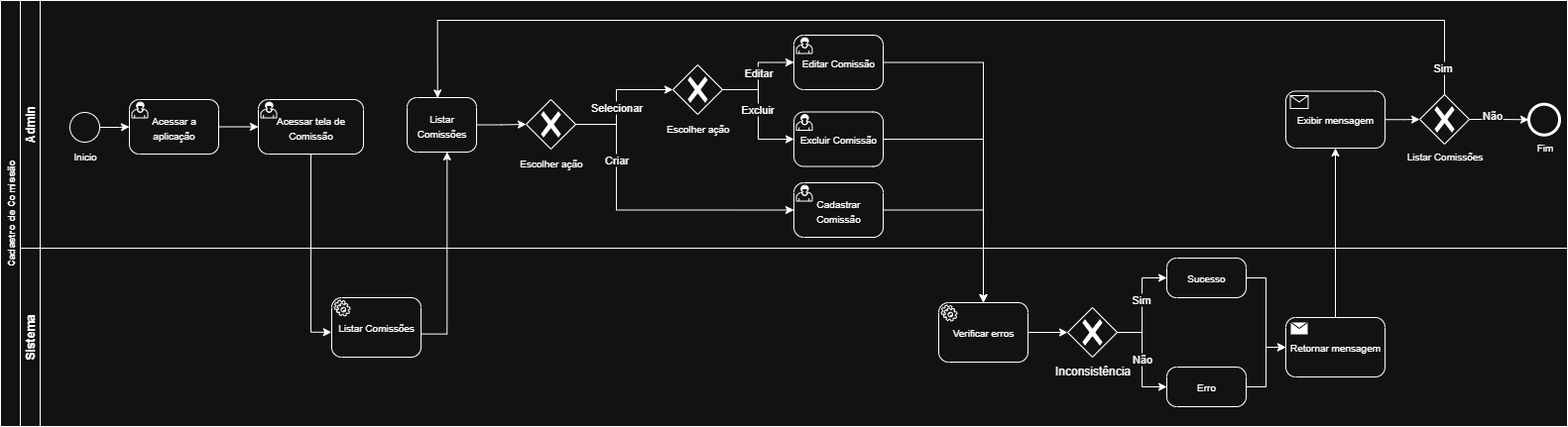
lsivolella/Servify keeps this draw.io diagram as docs/images/bpmn/gestao-de-comissao/bpmn-gestao-de-comissao-sp1.png. Above is the earlier version. Source tidied: cells renumbered, new cells last; positions are measured from the earlier drawing's top-left corner, leaving out a move shared by most shapes.
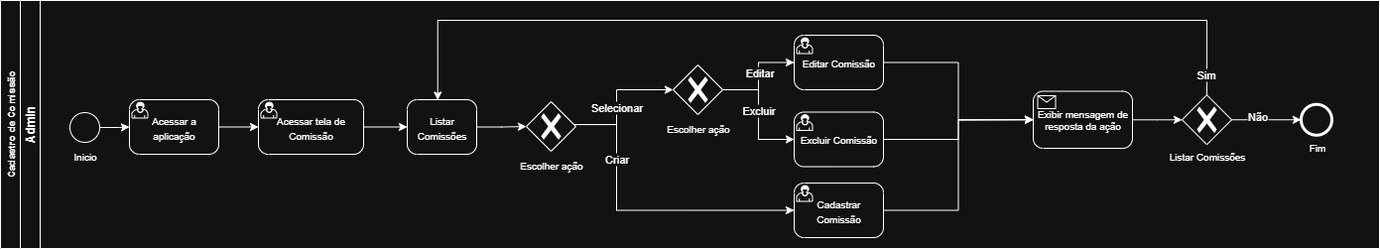
After the commit.

What changed in the source:
```diff
@@ -3,10 +3,10 @@
     <mxCell id="0" />
     <mxCell id="1" parent="0" />
     <mxCell id="2" value="Cadastro de Comissão" style="swimlane;horizontal=0;startSize=20;html=1;fontSize=10;" parent="1" vertex="1">
-      <mxGeometry width="1580" height="430" as="geometry" />
+      <mxGeometry width="1390" height="250" as="geometry" />
     </mxCell>
     <mxCell id="3" value="Admin" style="swimlane;startSize=20;horizontal=0;html=1;" parent="2" vertex="1">
-      <mxGeometry x="20" width="1560" height="250" as="geometry" />
+      <mxGeometry x="20" width="1370" height="250" as="geometry" />
     </mxCell>
     <mxCell id="4" style="edgeStyle=orthogonalEdgeStyle;rounded=0;jettySize=auto;html=1;" parent="3" edge="1" source="5" target="7">
       <mxGeometry relative="1" as="geometry" />
@@ -27,7 +27,7 @@
       <mxGeometry relative="1" as="geometry" />
     </mxCell>
     <mxCell id="10" value="&lt;font style=&quot;font-size: 10px;&quot;&gt;Listar Comissões&lt;/font&gt;" style="points=[[0.25,0,0],[0.5,0,0],[0.75,0,0],[1,0.25,0],[1,0.5,0],[1,0.75,0],[0.75,1,0],[0.5,1,0],[0.25,1,0],[0,0.75,0],[0,0.5,0],[0,0.25,0]];shape=mxgraph.bpmn.task2;whiteSpace=wrap;rectStyle=rounded;size=10;html=1;taskMarker=abstract;" parent="3" vertex="1">
-      <mxGeometry x="390" y="98" width="70" height="55" as="geometry" />
+      <mxGeometry x="390" y="100" width="70" height="55" as="geometry" />
     </mxCell>
     <mxCell id="11" style="edgeStyle=orthogonalEdgeStyle;rounded=0;jettySize=auto;html=1;" parent="3" edge="1" source="13" target="18">
       <mxGeometry relative="1" as="geometry">
@@ -41,7 +41,7 @@
       <mxGeometry x="-0.11" relative="1" as="geometry" />
     </mxCell>
     <mxCell id="13" value="&lt;font style=&quot;font-size: 10px;&quot;&gt;Escolher ação&lt;/font&gt;" style="points=[[0.25,0.25,0],[0.5,0,0],[0.75,0.25,0],[1,0.5,0],[0.75,0.75,0],[0.5,1,0],[0.25,0.75,0],[0,0.5,0]];shape=mxgraph.bpmn.gateway2;html=1;verticalLabelPosition=bottom;labelBackgroundColor=none;verticalAlign=top;align=center;perimeter=rhombusPerimeter;outlineConnect=0;outline=none;symbol=none;gwType=exclusive;" parent="3" vertex="1">
-      <mxGeometry x="510" y="100" width="50" height="50" as="geometry" />
+      <mxGeometry x="510" y="102" width="50" height="50" as="geometry" />
     </mxCell>
     <mxCell id="14" value="&lt;font style=&quot;font-size: 10px;&quot;&gt;Cadastrar Comissão&lt;/font&gt;" style="points=[[0.25,0,0],[0.5,0,0],[0.75,0,0],[1,0.25,0],[1,0.5,0],[1,0.75,0],[0.75,1,0],[0.5,1,0],[0.25,1,0],[0,0.75,0],[0,0.5,0],[0,0.25,0]];shape=mxgraph.bpmn.task2;whiteSpace=wrap;rectStyle=rounded;size=10;html=1;taskMarker=user;" parent="3" vertex="1">
       <mxGeometry x="780" y="184" width="90" height="55" as="geometry" />
@@ -58,6 +58,11 @@
     <mxCell id="18" value="&lt;font style=&quot;font-size: 10px;&quot;&gt;Escolher ação&lt;/font&gt;" style="points=[[0.25,0.25,0],[0.5,0,0],[0.75,0.25,0],[1,0.5,0],[0.75,0.75,0],[0.5,1,0],[0.25,0.75,0],[0,0.5,0]];shape=mxgraph.bpmn.gateway2;html=1;verticalLabelPosition=bottom;labelBackgroundColor=none;verticalAlign=top;align=center;perimeter=rhombusPerimeter;outlineConnect=0;outline=none;symbol=none;gwType=exclusive;" parent="3" vertex="1">
       <mxGeometry x="658" y="65" width="50" height="50" as="geometry" />
     </mxCell>
+    <mxCell id="52" style="edgeStyle=orthogonalEdgeStyle;rounded=0;jettySize=auto;html=1;" parent="3" edge="1" source="19">
+      <mxGeometry relative="1" as="geometry">
+        <mxPoint x="1021" y="120" as="targetPoint" />
+      </mxGeometry>
+    </mxCell>
     <mxCell id="19" value="&lt;font style=&quot;font-size: 10px;&quot;&gt;Excluir Comissão&lt;/font&gt;" style="points=[[0.25,0,0],[0.5,0,0],[0.75,0,0],[1,0.25,0],[1,0.5,0],[1,0.75,0],[0.75,1,0],[0.5,1,0],[0.25,1,0],[0,0.75,0],[0,0.5,0],[0,0.25,0]];shape=mxgraph.bpmn.task2;whiteSpace=wrap;rectStyle=rounded;size=10;html=1;taskMarker=user;" parent="3" vertex="1">
       <mxGeometry x="780" y="112.5" width="90" height="55" as="geometry" />
     </mxCell>
@@ -70,8 +75,8 @@
     <mxCell id="22" style="edgeStyle=orthogonalEdgeStyle;rounded=0;jettySize=auto;html=1;" parent="3" edge="1" source="23" target="29">
       <mxGeometry relative="1" as="geometry" />
     </mxCell>
-    <mxCell id="23" value="Exibir mensagem" style="points=[[0.25,0,0],[0.5,0,0],[0.75,0,0],[1,0.25,0],[1,0.5,0],[1,0.75,0],[0.75,1,0],[0.5,1,0],[0.25,1,0],[0,0.75,0],[0,0.5,0],[0,0.25,0]];shape=mxgraph.bpmn.task2;whiteSpace=wrap;rectStyle=rounded;size=10;html=1;taskMarker=receive;fontSize=10;" parent="3" vertex="1">
-      <mxGeometry x="1276" y="91.5" width="100" height="57.5" as="geometry" />
+    <mxCell id="23" value="Exibir mensagem de resposta da ação" style="points=[[0.25,0,0],[0.5,0,0],[0.75,0,0],[1,0.25,0],[1,0.5,0],[1,0.75,0],[0.75,1,0],[0.5,1,0],[0.25,1,0],[0,0.75,0],[0,0.5,0],[0,0.25,0]];shape=mxgraph.bpmn.task2;whiteSpace=wrap;rectStyle=rounded;size=10;html=1;taskMarker=receive;fontSize=10;" parent="3" vertex="1">
+      <mxGeometry x="1021" y="91.5" width="100" height="57.5" as="geometry" />
     </mxCell>
     <mxCell id="24" style="edgeStyle=orthogonalEdgeStyle;rounded=0;jettySize=auto;html=1;entryX=0;entryY=0.5;entryDx=0;entryDy=0;entryPerimeter=0;" parent="3" edge="1" source="13" target="14">
       <mxGeometry relative="1" as="geometry">
@@ -85,7 +90,7 @@
       <mxGeometry x="-0.5" relative="1" as="geometry" />
     </mxCell>
     <mxCell id="26" value="Fim" style="points=[[0.145,0.145,0],[0.5,0,0],[0.855,0.145,0],[1,0.5,0],[0.855,0.855,0],[0.5,1,0],[0.145,0.855,0],[0,0.5,0]];shape=mxgraph.bpmn.event;html=1;verticalLabelPosition=bottom;labelBackgroundColor=none;verticalAlign=top;align=center;perimeter=ellipsePerimeter;outlineConnect=0;outline=end;symbol=terminate2;fontSize=10;" parent="3" vertex="1">
-      <mxGeometry x="1521" y="104.8" width="31" height="31" as="geometry" />
+      <mxGeometry x="1291" y="104.8" width="31" height="31" as="geometry" />
     </mxCell>
     <mxCell id="27" style="edgeStyle=orthogonalEdgeStyle;rounded=0;jettySize=auto;html=1;" parent="3" edge="1" source="29" target="26">
       <mxGeometry relative="1" as="geometry" />
@@ -94,12 +99,12 @@
       <mxGeometry x="-0.26" y="4" relative="1" as="geometry" />
     </mxCell>
     <mxCell id="29" value="&lt;span&gt;Listar Comissões&lt;/span&gt;" style="points=[[0.25,0.25,0],[0.5,0,0],[0.75,0.25,0],[1,0.5,0],[0.75,0.75,0],[0.5,1,0],[0.25,0.75,0],[0,0.5,0]];shape=mxgraph.bpmn.gateway2;html=1;verticalLabelPosition=bottom;labelBackgroundColor=none;verticalAlign=top;align=center;perimeter=rhombusPerimeter;outlineConnect=0;outline=none;symbol=none;gwType=exclusive;fontSize=10;" parent="3" vertex="1">
-      <mxGeometry x="1411" y="95" width="50" height="50" as="geometry" />
+      <mxGeometry x="1171" y="95.2" width="50" height="50" as="geometry" />
     </mxCell>
     <mxCell id="30" style="edgeStyle=orthogonalEdgeStyle;rounded=0;jettySize=auto;html=1;entryX=0.439;entryY=0.008;entryDx=0;entryDy=0;entryPerimeter=0;" parent="3" edge="1" source="29" target="10">
       <mxGeometry relative="1" as="geometry">
         <Array as="points">
-          <mxPoint x="1436" y="20" />
+          <mxPoint x="1196" y="20" />
           <mxPoint x="421" y="20" />
         </Array>
       </mxGeometry>
@@ -107,65 +112,14 @@
     <mxCell id="31" value="Sim" style="edgeLabel;html=1;align=center;verticalAlign=middle;" parent="30" vertex="1">
       <mxGeometry x="-0.95" y="2" relative="1" as="geometry" />
     </mxCell>
-    <mxCell id="32" value="Sistema" style="swimlane;startSize=20;horizontal=0;html=1;" parent="2" vertex="1">
-      <mxGeometry x="20" y="250" width="1560" height="180" as="geometry" />
-    </mxCell>
-    <mxCell id="33" value="&lt;font style=&quot;font-size: 10px;&quot;&gt;Listar Comissões&lt;/font&gt;" style="points=[[0.25,0,0],[0.5,0,0],[0.75,0,0],[1,0.25,0],[1,0.5,0],[1,0.75,0],[0.75,1,0],[0.5,1,0],[0.25,1,0],[0,0.75,0],[0,0.5,0],[0,0.25,0]];shape=mxgraph.bpmn.task2;whiteSpace=wrap;rectStyle=rounded;size=10;html=1;taskMarker=service;" parent="32" vertex="1">
-      <mxGeometry x="314" y="50" width="90" height="60" as="geometry" />
-    </mxCell>
-    <mxCell id="34" value="&lt;font style=&quot;font-size: 10px;&quot;&gt;Verificar erros&lt;/font&gt;" style="points=[[0.25,0,0],[0.5,0,0],[0.75,0,0],[1,0.25,0],[1,0.5,0],[1,0.75,0],[0.75,1,0],[0.5,1,0],[0.25,1,0],[0,0.75,0],[0,0.5,0],[0,0.25,0]];shape=mxgraph.bpmn.task2;whiteSpace=wrap;rectStyle=rounded;size=10;html=1;taskMarker=service;" parent="32" vertex="1">
-      <mxGeometry x="926" y="55" width="90" height="60" as="geometry" />
-    </mxCell>
-    <mxCell id="35" value="Inconsistência" style="points=[[0.25,0.25,0],[0.5,0,0],[0.75,0.25,0],[1,0.5,0],[0.75,0.75,0],[0.5,1,0],[0.25,0.75,0],[0,0.5,0]];shape=mxgraph.bpmn.gateway2;html=1;verticalLabelPosition=bottom;labelBackgroundColor=none;verticalAlign=top;align=center;perimeter=rhombusPerimeter;outlineConnect=0;outline=none;symbol=none;gwType=exclusive;" parent="32" vertex="1">
-      <mxGeometry x="1056" y="60" width="50" height="50" as="geometry" />
-    </mxCell>
-    <mxCell id="36" value="&lt;font style=&quot;font-size: 10px;&quot;&gt;Retornar mensagem&lt;/font&gt;" style="points=[[0.25,0,0],[0.5,0,0],[0.75,0,0],[1,0.25,0],[1,0.5,0],[1,0.75,0],[0.75,1,0],[0.5,1,0],[0.25,1,0],[0,0.75,0],[0,0.5,0],[0,0.25,0]];shape=mxgraph.bpmn.task2;whiteSpace=wrap;rectStyle=rounded;size=10;html=1;taskMarker=send;" parent="32" vertex="1">
-      <mxGeometry x="1276" y="70" width="100" height="60" as="geometry" />
-    </mxCell>
-    <mxCell id="37" value="Sucesso" style="points=[[0.25,0,0],[0.5,0,0],[0.75,0,0],[1,0.25,0],[1,0.5,0],[1,0.75,0],[0.75,1,0],[0.5,1,0],[0.25,1,0],[0,0.75,0],[0,0.5,0],[0,0.25,0]];shape=mxgraph.bpmn.task2;whiteSpace=wrap;rectStyle=rounded;size=10;html=1;taskMarker=abstract;fontSize=10;" parent="32" vertex="1">
-      <mxGeometry x="1156" y="10" width="80" height="40" as="geometry" />
-    </mxCell>
-    <mxCell id="38" style="edgeStyle=orthogonalEdgeStyle;rounded=0;jettySize=auto;html=1;" parent="32" edge="1" source="39" target="36">
-      <mxGeometry relative="1" as="geometry" />
-    </mxCell>
-    <mxCell id="39" value="Erro" style="points=[[0.25,0,0],[0.5,0,0],[0.75,0,0],[1,0.25,0],[1,0.5,0],[1,0.75,0],[0.75,1,0],[0.5,1,0],[0.25,1,0],[0,0.75,0],[0,0.5,0],[0,0.25,0]];shape=mxgraph.bpmn.task2;whiteSpace=wrap;rectStyle=rounded;size=10;html=1;taskMarker=abstract;fontSize=10;" parent="32" vertex="1">
-      <mxGeometry x="1156" y="120" width="80" height="40" as="geometry" />
-    </mxCell>
-    <mxCell id="40" style="edgeStyle=orthogonalEdgeStyle;rounded=0;jettySize=auto;html=1;entryX=0;entryY=0.5;entryDx=0;entryDy=0;entryPerimeter=0;" parent="32" edge="1" source="35" target="39">
-      <mxGeometry relative="1" as="geometry" />
-    </mxCell>
-    <mxCell id="41" value="Não" style="edgeLabel;html=1;align=center;verticalAlign=middle;" parent="40" vertex="1">
-      <mxGeometry x="-0.01" relative="1" as="geometry" />
-    </mxCell>
-    <mxCell id="42" style="edgeStyle=orthogonalEdgeStyle;rounded=0;jettySize=auto;html=1;entryX=0;entryY=0.5;entryDx=0;entryDy=0;entryPerimeter=0;" parent="32" edge="1" source="35" target="37">
-      <mxGeometry relative="1" as="geometry" />
-    </mxCell>
-    <mxCell id="43" value="Sim" style="edgeLabel;html=1;align=center;verticalAlign=middle;" parent="42" vertex="1">
-      <mxGeometry x="0.12" y="1" relative="1" as="geometry" />
-    </mxCell>
-    <mxCell id="44" style="edgeStyle=orthogonalEdgeStyle;rounded=0;jettySize=auto;html=1;entryX=0;entryY=0.5;entryDx=0;entryDy=0;entryPerimeter=0;" parent="32" edge="1" source="37" target="36">
-      <mxGeometry relative="1" as="geometry" />
-    </mxCell>
-    <mxCell id="45" style="edgeStyle=orthogonalEdgeStyle;rounded=0;jettySize=auto;html=1;entryX=0;entryY=0.5;entryDx=0;entryDy=0;entryPerimeter=0;" parent="32" edge="1" source="34" target="35">
-      <mxGeometry relative="1" as="geometry" />
-    </mxCell>
-    <mxCell id="46" style="edgeStyle=orthogonalEdgeStyle;rounded=0;jettySize=auto;html=1;" parent="2" edge="1" source="36" target="23">
-      <mxGeometry relative="1" as="geometry" />
-    </mxCell>
-    <mxCell id="47" style="edgeStyle=orthogonalEdgeStyle;rounded=0;jettySize=auto;html=1;" parent="2" edge="1" source="15" target="34">
-      <mxGeometry relative="1" as="geometry" />
-    </mxCell>
-    <mxCell id="48" style="edgeStyle=orthogonalEdgeStyle;rounded=0;jettySize=auto;html=1;entryX=0.5;entryY=0;entryDx=0;entryDy=0;entryPerimeter=0;" parent="2" edge="1" source="14" target="34">
-      <mxGeometry relative="1" as="geometry" />
-    </mxCell>
-    <mxCell id="49" style="edgeStyle=orthogonalEdgeStyle;rounded=0;jettySize=auto;html=1;entryX=0.5;entryY=0;entryDx=0;entryDy=0;entryPerimeter=0;" parent="2" edge="1" source="19" target="34">
-      <mxGeometry relative="1" as="geometry" />
-    </mxCell>
-    <mxCell id="50" style="edgeStyle=orthogonalEdgeStyle;rounded=0;jettySize=auto;html=1;entryX=-0.003;entryY=0.58;entryDx=0;entryDy=0;entryPerimeter=0;" parent="2" edge="1" source="8" target="33">
-      <mxGeometry relative="1" as="geometry" />
-    </mxCell>
-    <mxCell id="51" style="edgeStyle=orthogonalEdgeStyle;rounded=0;jettySize=auto;html=1;entryX=0.576;entryY=0.997;entryDx=0;entryDy=0;entryPerimeter=0;exitX=1.008;exitY=0.61;exitDx=0;exitDy=0;exitPerimeter=0;" parent="2" edge="1" source="33" target="10">
-      <mxGeometry relative="1" as="geometry" />
-    </mxCell>
+    <mxCell id="53" style="edgeStyle=orthogonalEdgeStyle;rounded=0;jettySize=auto;html=1;entryX=0;entryY=0.5;entryDx=0;entryDy=0;entryPerimeter=0;" parent="3" edge="1" source="8" target="10">
+      <mxGeometry relative="1" as="geometry" />
+    </mxCell>
+    <mxCell id="54" style="edgeStyle=orthogonalEdgeStyle;rounded=0;jettySize=auto;html=1;entryX=0;entryY=0.5;entryDx=0;entryDy=0;entryPerimeter=0;" parent="3" edge="1" source="15" target="23">
+      <mxGeometry relative="1" as="geometry" />
+    </mxCell>
+    <mxCell id="55" style="edgeStyle=orthogonalEdgeStyle;rounded=0;jettySize=auto;html=1;entryX=0;entryY=0.5;entryDx=0;entryDy=0;entryPerimeter=0;" parent="3" edge="1" source="14" target="23">
+      <mxGeometry relative="1" as="geometry" />
+    </mxCell>
   </root>
 </mxGraphModel>
```
